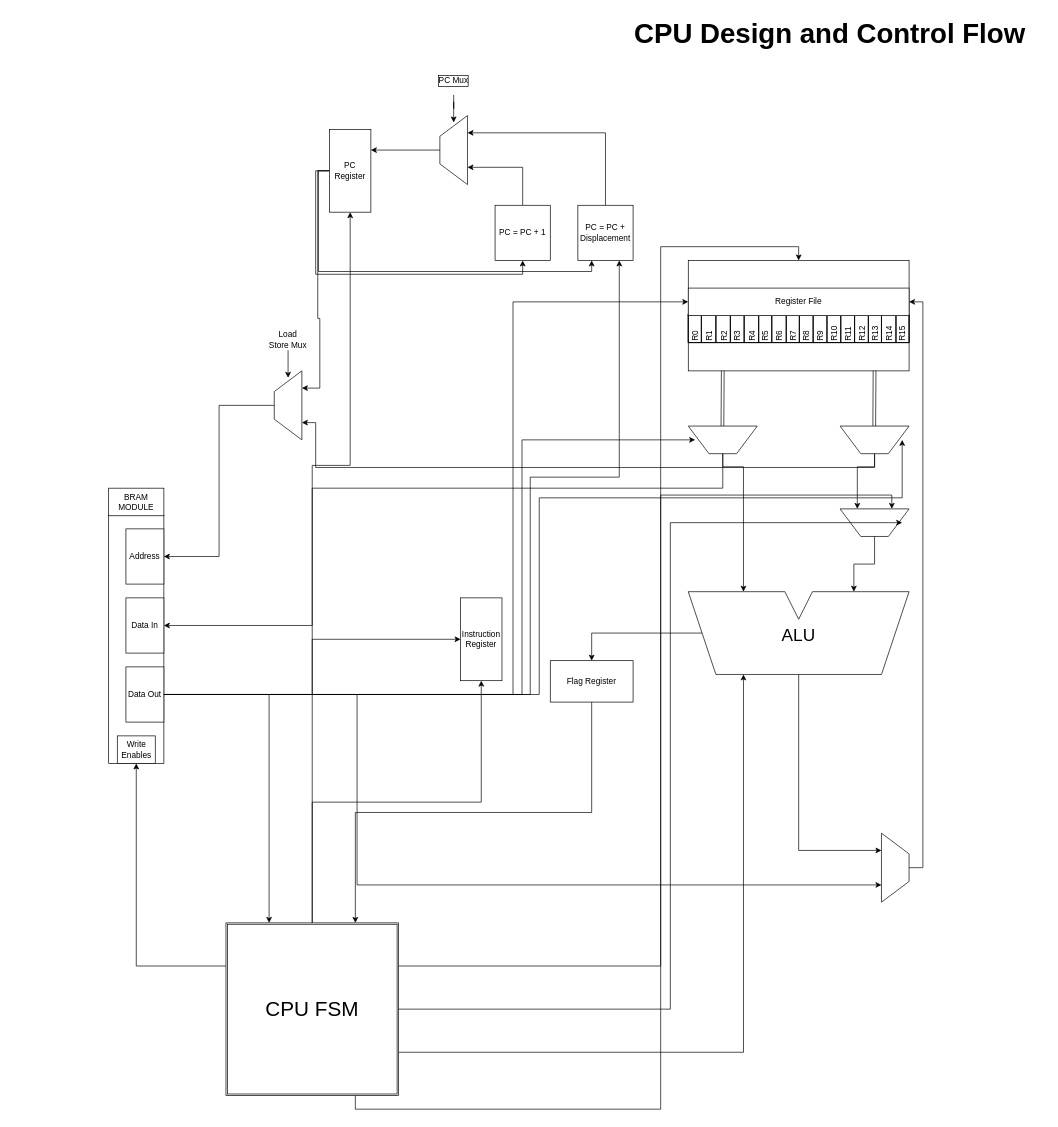
Earlier version of the draw.io diagram Developement/Lab4_Diagram.drawio (WesleyBlankers/3710Lab). Source tidied: cells renumbered, new cells numbered last; positions are measured from the earlier drawing's top-left corner, leaving out a move shared by most shapes. Both pictures are drawn from the tidied source at 69%, with x=0, y=0 at pixel (12, 12).
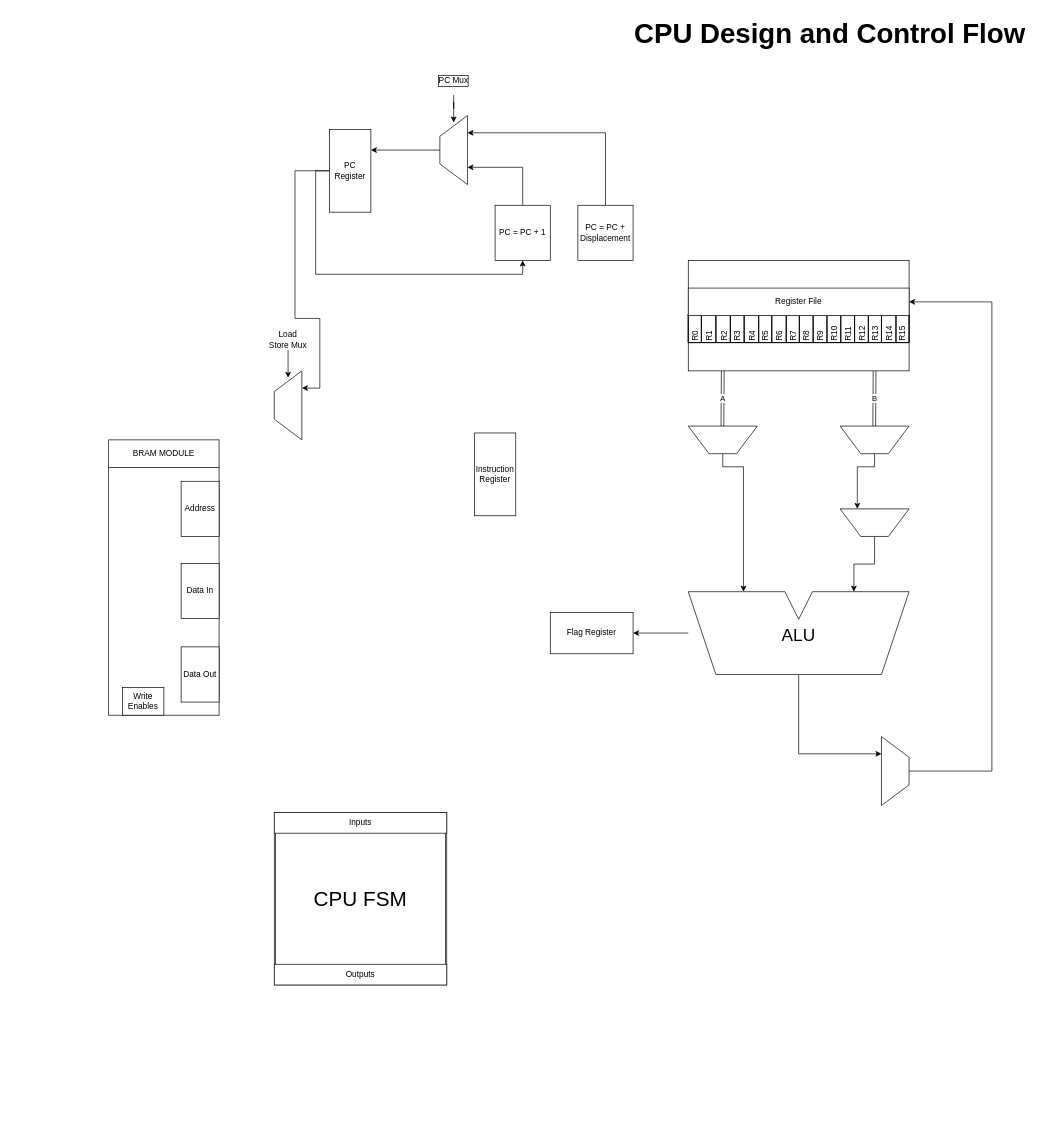
After the change.

Unchanged cells that the change refers to:
```xml
<mxCell id="13" value="PC Register" style="rounded=0;whiteSpace=wrap;html=1;rotation=90;horizontal=0;" parent="1" vertex="1">
  <mxGeometry x="430" y="200" width="120" height="60" as="geometry" />
</mxCell>
<mxCell id="17" value="PC = PC + Displacement" style="whiteSpace=wrap;html=1;rounded=0;" parent="1" vertex="1">
  <mxGeometry x="820" y="280" width="80" height="80" as="geometry" />
</mxCell>
<mxCell id="45" style="rounded=0;whiteSpace=wrap;html=1;points=[[0,0,1,0,0],[0,0.25,1,0,0],[0,0.5,1,0,0],[0,0.75,1,0,0],[0,1,1,0,0],[0.15625,1,0,0,0],[0.25,0,1,0,0],[0.25,1,1,0,0],[0.5,0,1,0,0],[0.5,1,1,0,0],[0.75,0,1,0,0],[0.75,1,1,0,0],[0.843757,0.999993,0,0,0],[1,0,1,0,0],[1,0.25,1,0,0],[1,0.5,1,0,0],[1,0.75,1,0,0],[1,1,1,0,0]];" parent="44" vertex="1">
  <mxGeometry width="320" height="160" as="geometry" />
</mxCell>
<mxCell id="65" value="Register File" style="rounded=0;whiteSpace=wrap;html=1;" parent="46" vertex="1">
  <mxGeometry width="320" height="40" as="geometry" />
</mxCell>
```

What changed in the source:
```diff
@@
-    <mxCell id="3" style="group;points=[[0,0.5,1,0,0],[0.5,0,1,0,0],[0.5,0.1,0,0,0],[0.5,0.9,0,0,0],[0.5,1,0,0,0],[1,0.25,1,0,0],[1,0.75,1,0,0]];rounded=0;" parent="1" vertex="1">
+    <mxCell id="3" style="group;points=[[0,0.5,1,0,0],[0.5,0,1,0,0],[0.5,0.1,0,0,0],[0.5,0.9,0,0,0],[0.5,1,0,0,0],[1,0.25,1,0,0],[1,0.75,1,0,0]];rounded=0;fillColor=default;" parent="1" vertex="1">
       <mxGeometry x="620" y="150" width="40" height="100" as="geometry" />
     </mxCell>
@@
-    <mxCell id="11" style="edgeStyle=orthogonalEdgeStyle;rounded=0;jettySize=auto;html=1;exitX=0.5;exitY=1;exitDx=0;exitDy=0;entryX=0.25;entryY=1;entryDx=0;entryDy=0;jumpStyle=none;libavoidRouting=1;" parent="1" edge="1" source="13" target="17">
-      <mxGeometry x="0.03" relative="1" as="geometry">
-        <Array as="points">
-          <mxPoint x="444" y="230" />
-          <mxPoint x="444" y="376" />
-          <mxPoint x="840" y="376" />
-        </Array>
-      </mxGeometry>
-    </mxCell>
-    <mxCell id="12" style="edgeStyle=orthogonalEdgeStyle;rounded=0;jettySize=auto;html=1;exitX=0.5;exitY=1;exitDx=0;exitDy=0;entryX=1;entryY=0.25;entryDx=0;entryDy=0;jumpStyle=none;libavoidRouting=1;" parent="1" edge="1" source="13" target="19">
+    <mxCell id="12" style="edgeStyle=orthogonalEdgeStyle;rounded=0;jettySize=auto;html=1;exitX=0.5;exitY=1;exitDx=0;exitDy=0;entryX=1;entryY=0.25;entryDx=0;entryDy=0;jumpStyle=none;" parent="1" edge="1" source="13" target="19">
       <mxGeometry relative="1" as="geometry">
         <Array as="points">
-          <mxPoint x="443" y="230" />
-          <mxPoint x="443" y="444" />
+          <mxPoint x="410" y="230" />
+          <mxPoint x="410" y="444" />
           <mxPoint x="446" y="444" />
           <mxPoint x="446" y="545" />
         </Array>
       </mxGeometry>
     </mxCell>
@@
-    <mxCell id="18" style="edgeStyle=orthogonalEdgeStyle;rounded=0;jettySize=auto;html=1;exitX=0;exitY=0.5;exitDx=0;exitDy=0;entryX=0.5;entryY=0;entryDx=0;entryDy=0;jumpStyle=none;libavoidRouting=1;" parent="1" edge="1" source="19" target="31">
-      <mxGeometry relative="1" as="geometry">
-        <Array as="points">
-          <mxPoint x="300" y="570" />
-          <mxPoint x="300" y="789" />
-        </Array>
-      </mxGeometry>
-    </mxCell>
-    <mxCell id="19" style="group;points=[[0,0.5,1,0,0],[0.5,0,1,0,0],[0.5,0.1,0,0,0],[0.5,0.9,0,0,0],[0.5,1,0,0,0],[1,0.25,1,0,0],[1,0.75,1,0,0]];rounded=0;" parent="1" vertex="1">
+    <mxCell id="19" style="group;points=[[0,0.5,1,0,0],[0.5,0,1,0,0],[0.5,0.1,0,0,0],[0.5,0.9,0,0,0],[0.5,1,0,0,0],[1,0.25,1,0,0],[1,0.75,1,0,0]];rounded=0;fillColor=default;" parent="1" vertex="1">
       <mxGeometry x="380" y="520" width="40" height="100" as="geometry" />
     </mxCell>
@@
-    <mxCell id="26" style="group;rounded=0;" parent="1" vertex="1">
-      <mxGeometry x="50" y="610" width="360" height="399" as="geometry" />
-    </mxCell>
-    <mxCell id="27" style="group;rounded=0;" parent="26" vertex="1">
-      <mxGeometry x="-50" y="80" width="360" height="399" as="geometry" />
-    </mxCell>
-    <mxCell id="28" style="rounded=0;whiteSpace=wrap;html=1;rotation=90;" parent="27" vertex="1">
-      <mxGeometry y="179" width="360" height="80" as="geometry" />
-    </mxCell>
-    <mxCell id="29" value="Data In" style="rounded=0;whiteSpace=wrap;html=1;rotation=90;horizontal=0;" parent="27" vertex="1">
-      <mxGeometry x="152.5" y="171.5" width="80" height="55" as="geometry" />
-    </mxCell>
-    <mxCell id="30" value="Data Out" style="rounded=0;whiteSpace=wrap;html=1;rotation=90;horizontal=0;" parent="27" vertex="1">
-      <mxGeometry x="152.5" y="271.5" width="80" height="55" as="geometry" />
-    </mxCell>
-    <mxCell id="31" value="Address" style="rounded=0;whiteSpace=wrap;html=1;rotation=90;horizontal=0;" parent="27" vertex="1">
-      <mxGeometry x="152.5" y="71.5" width="80" height="55" as="geometry" />
-    </mxCell>
-    <mxCell id="32" value="BRAM MODULE" style="rounded=0;whiteSpace=wrap;html=1;" parent="27" vertex="1">
-      <mxGeometry x="140" width="80" height="40" as="geometry" />
-    </mxCell>
-    <mxCell id="33" value="Write Enables" style="rounded=0;whiteSpace=wrap;html=1;" parent="27" vertex="1">
-      <mxGeometry x="152.5" y="359" width="55" height="40" as="geometry" />
-    </mxCell>
-    <mxCell id="34" style="edgeStyle=orthogonalEdgeStyle;rounded=0;jettySize=auto;html=1;exitX=0;exitY=0.25;exitDx=0;exitDy=0;entryX=0.5;entryY=1;entryDx=0;entryDy=0;jumpStyle=none;libavoidRouting=1;" parent="1" edge="1" source="40" target="33">
-      <mxGeometry relative="1" as="geometry">
-        <Array as="points">
-          <mxPoint x="180" y="1383" />
-        </Array>
-      </mxGeometry>
-    </mxCell>
-    <mxCell id="35" style="edgeStyle=orthogonalEdgeStyle;rounded=0;jettySize=auto;html=1;exitX=0.5;exitY=0;exitDx=0;exitDy=0;entryX=1;entryY=0.5;entryDx=0;entryDy=0;jumpStyle=none;libavoidRouting=1;" parent="1" edge="1" source="40" target="42">
-      <mxGeometry relative="1" as="geometry">
-        <Array as="points">
-          <mxPoint x="435" y="1145" />
-          <mxPoint x="680" y="1145" />
-        </Array>
-      </mxGeometry>
-    </mxCell>
-    <mxCell id="36" style="edgeStyle=orthogonalEdgeStyle;rounded=0;jettySize=auto;html=1;exitX=0.5;exitY=0;exitDx=0;exitDy=0;entryX=1;entryY=0.5;entryDx=0;entryDy=0;jumpStyle=none;libavoidRouting=1;" parent="1" edge="1" source="40" target="13">
-      <mxGeometry relative="1" as="geometry">
-        <Array as="points">
-          <mxPoint x="435" y="657" />
-          <mxPoint x="490" y="657" />
-        </Array>
-      </mxGeometry>
-    </mxCell>
-    <mxCell id="37" style="edgeStyle=orthogonalEdgeStyle;rounded=0;jettySize=auto;html=1;exitX=1;exitY=0.25;exitDx=0;exitDy=0;entryX=1;entryY=0.75;entryDx=0;entryDy=0;jumpStyle=none;libavoidRouting=1;" parent="1" edge="1" source="40" target="81">
-      <mxGeometry relative="1" as="geometry">
-        <Array as="points">
-          <mxPoint x="940" y="1383" />
-          <mxPoint x="940" y="700" />
-          <mxPoint x="1275" y="700" />
-        </Array>
-      </mxGeometry>
-    </mxCell>
-    <mxCell id="38" style="edgeStyle=orthogonalEdgeStyle;rounded=0;libavoidRouting=1;jettySize=auto;html=1;exitX=1;exitY=0.75;exitDx=0;exitDy=0;entryX=0.25;entryY=1;entryDx=0;entryDy=0;jumpStyle=none;" parent="1" edge="1" source="40" target="91">
-      <mxGeometry x="0.12" relative="1" as="geometry">
-        <Array as="points">
-          <mxPoint x="1060" y="1508" />
-        </Array>
-      </mxGeometry>
-    </mxCell>
-    <mxCell id="39" style="edgeStyle=orthogonalEdgeStyle;rounded=0;jettySize=auto;html=1;exitX=0.75;exitY=1;exitDx=0;exitDy=0;entryX=0.5;entryY=0;entryDx=0;entryDy=0;jumpStyle=none;libavoidRouting=1;" parent="1" edge="1" source="40" target="45">
-      <mxGeometry x="0.02" relative="1" as="geometry">
-        <Array as="points">
-          <mxPoint x="498" y="1590" />
-          <mxPoint x="940" y="1590" />
-          <mxPoint x="940" y="340" />
-          <mxPoint x="1140" y="340" />
-        </Array>
-      </mxGeometry>
-    </mxCell>
-    <mxCell id="40" value="CPU FSM" style="shape=ext;double=1;whiteSpace=wrap;html=1;fontSize=30;rounded=0;" parent="1" vertex="1">
-      <mxGeometry x="310" y="1320" width="250" height="250" as="geometry" />
-    </mxCell>
-    <mxCell id="41" style="edgeStyle=orthogonalEdgeStyle;rounded=0;jettySize=auto;html=1;exitX=0.5;exitY=0;exitDx=0;exitDy=0;entryX=0.25;entryY=0;entryDx=0;entryDy=0;jumpStyle=none;libavoidRouting=1;" parent="1" edge="1" source="30" target="40">
-      <mxGeometry relative="1" as="geometry">
-        <Array as="points">
-          <mxPoint x="373" y="989" />
-        </Array>
-      </mxGeometry>
-    </mxCell>
     <mxCell id="42" value="Instruction Register" style="rounded=0;whiteSpace=wrap;html=1;rotation=90;horizontal=0;" parent="1" vertex="1">
-      <mxGeometry x="620" y="879" width="120" height="60" as="geometry" />
+      <mxGeometry x="640" y="640" width="120" height="60" as="geometry" />
     </mxCell>
-    <mxCell id="43" style="edgeStyle=orthogonalEdgeStyle;rounded=0;jettySize=auto;html=1;exitX=0.5;exitY=0;exitDx=0;exitDy=0;entryX=0.5;entryY=1;entryDx=0;entryDy=0;" parent="1" edge="1" source="30" target="42">
-      <mxGeometry relative="1" as="geometry" />
-    </mxCell>
@@
-    <mxCell id="67" style="edgeStyle=orthogonalEdgeStyle;rounded=0;libavoidRouting=1;jettySize=auto;html=1;exitX=0;exitY=0.5;exitDx=0;exitDy=0;entryX=0.5;entryY=0;entryDx=0;entryDy=0;jumpStyle=none;" parent="1" edge="1" source="68" target="29">
-      <mxGeometry relative="1" as="geometry">
-        <Array as="points">
-          <mxPoint x="1030" y="690" />
-          <mxPoint x="435" y="690" />
-          <mxPoint x="435" y="889" />
-        </Array>
-      </mxGeometry>
-    </mxCell>
-    <mxCell id="68" style="group;points=[[0,0.5,1,0,0],[0.5,0,1,0,0],[0.5,0.1,0,0,0],[0.5,0.9,0,0,0],[0.5,1,0,0,0],[1,0.25,1,0,0],[1,0.495,0,0,0],[1,0.75,1,0,0]];rotation=-90;rounded=0;" parent="1" vertex="1">
+    <mxCell id="68" style="group;points=[[0,0.5,1,0,0],[0.5,0,1,0,0],[0.5,0.1,0,0,0],[0.5,0.9,0,0,0],[0.5,1,0,0,0],[1,0.25,1,0,0],[1,0.495,0,0,0],[1,0.75,1,0,0]];rotation=-90;rounded=0;fillColor=default;" parent="1" vertex="1">
       <mxGeometry x="1010" y="570" width="40" height="100" as="geometry" />
     </mxCell>
@@
-    <mxCell id="74" style="edgeStyle=orthogonalEdgeStyle;rounded=0;jettySize=auto;html=1;exitX=0;exitY=0.5;exitDx=0;exitDy=0;entryX=1;entryY=0.75;entryDx=0;entryDy=0;jumpStyle=none;libavoidRouting=1;" parent="1" edge="1" source="75" target="19">
-      <mxGeometry relative="1" as="geometry">
-        <Array as="points">
-          <mxPoint x="1250" y="660" />
-          <mxPoint x="440" y="660" />
-          <mxPoint x="440" y="595" />
-        </Array>
-      </mxGeometry>
-    </mxCell>
-    <mxCell id="75" style="group;points=[[0,0.5,1,0,0],[0.5,0,1,0,0],[0.5,0.1,0,0,0],[0.5,0.9,0,0,0],[0.5,1,0,0,0],[1,0.25,1,0,0],[1,0.495,0,0,0],[1,0.75,1,0,0]];rotation=-90;rounded=0;" parent="1" vertex="1">
+    <mxCell id="75" style="group;points=[[0,0.5,1,0,0],[0.5,0,1,0,0],[0.5,0.1,0,0,0],[0.5,0.9,0,0,0],[0.5,1,0,0,0],[1,0.25,1,0,0],[1,0.495,0,0,0],[1,0.75,1,0,0]];rotation=-90;rounded=0;fillColor=default;" parent="1" vertex="1">
       <mxGeometry x="1230" y="570" width="40" height="100" as="geometry" />
     </mxCell>
@@
-    <mxCell id="81" style="group;points=[[0,0.5,1,0,0],[0.5,0,1,0,0],[0.5,0.1,0,0,0],[0.5,0.9,0,0,0],[0.5,1,0,0,0],[1,0.25,1,0,0],[1,0.495,0,0,0],[1,0.75,1,0,0]];rotation=-90;rounded=0;" parent="1" vertex="1">
+    <mxCell id="81" style="group;points=[[0,0.5,1,0,0],[0.5,0,1,0,0],[0.5,0.1,0,0,0],[0.5,0.9,0,0,0],[0.5,1,0,0,0],[1,0.25,1,0,0],[1,0.495,0,0,0],[1,0.75,1,0,0]];rotation=-90;rounded=0;fillColor=default;" parent="1" vertex="1">
       <mxGeometry x="1230" y="690" width="40" height="100" as="geometry" />
     </mxCell>
@@
-    <mxCell id="86" style="shape=link;html=1;rounded=0;entryX=1;entryY=0.495;entryDx=0;entryDy=0;entryPerimeter=0;exitX=0.15625;exitY=1;exitDx=0;exitDy=0;exitPerimeter=0;" parent="1" edge="1" source="45" target="68">
+    <mxCell id="86" value="A" style="shape=link;html=1;rounded=0;entryX=1;entryY=0.495;entryDx=0;entryDy=0;entryPerimeter=0;exitX=0.15625;exitY=1;exitDx=0;exitDy=0;exitPerimeter=0;" parent="1" edge="1" source="45" target="68">
       <mxGeometry relative="1" as="geometry" />
     </mxCell>
-    <mxCell id="87" style="shape=link;html=1;rounded=0;entryX=1;entryY=0.495;entryDx=0;entryDy=0;entryPerimeter=0;exitX=0.843757;exitY=0.999993;exitDx=0;exitDy=0;exitPerimeter=0;" parent="1" edge="1" source="45" target="75">
+    <mxCell id="87" value="B" style="shape=link;html=1;rounded=0;entryX=1;entryY=0.495;entryDx=0;entryDy=0;entryPerimeter=0;exitX=0.843757;exitY=0.999993;exitDx=0;exitDy=0;exitPerimeter=0;" parent="1" edge="1" source="45" target="75">
       <mxGeometry relative="1" as="geometry" />
     </mxCell>
-    <mxCell id="88" style="edgeStyle=orthogonalEdgeStyle;rounded=0;jettySize=auto;html=1;exitX=1;exitY=0.5;exitDx=0;exitDy=0;entryX=0.5;entryY=0.9;entryDx=0;entryDy=0;entryPerimeter=0;jumpStyle=none;libavoidRouting=1;" parent="1" edge="1" source="40" target="81">
-      <mxGeometry x="-0.15" relative="1" as="geometry">
-        <Array as="points">
-          <mxPoint x="954" y="1445" />
-          <mxPoint x="954" y="740" />
-        </Array>
-      </mxGeometry>
-    </mxCell>
-    <mxCell id="89" style="edgeStyle=orthogonalEdgeStyle;rounded=0;libavoidRouting=1;jettySize=auto;html=1;exitX=0.0625;exitY=0.5;exitDx=0;exitDy=0;exitPerimeter=0;entryX=0.5;entryY=0;entryDx=0;entryDy=0;jumpStyle=none;" parent="1" edge="1" source="91" target="100">
-      <mxGeometry relative="1" as="geometry">
-        <Array as="points">
-          <mxPoint x="840" y="900" />
-        </Array>
-      </mxGeometry>
+    <mxCell id="89" style="edgeStyle=orthogonalEdgeStyle;rounded=0;libavoidRouting=1;jettySize=auto;html=1;exitX=0.0625;exitY=0.5;exitDx=0;exitDy=0;exitPerimeter=0;entryX=1;entryY=0.5;entryDx=0;entryDy=0;jumpStyle=none;" parent="1" edge="1" source="91" target="100">
+      <mxGeometry relative="1" as="geometry" />
     </mxCell>
     <mxCell id="90" style="edgeStyle=orthogonalEdgeStyle;rounded=0;libavoidRouting=1;jettySize=auto;html=1;exitX=0.5;exitY=1;exitDx=0;exitDy=0;entryX=1;entryY=0.75;entryDx=0;entryDy=0;jumpStyle=none;" parent="1" edge="1" source="91" target="102">
       <mxGeometry relative="1" as="geometry">
         <Array as="points">
-          <mxPoint x="1140" y="1215" />
+          <mxPoint x="1140" y="1075" />
         </Array>
       </mxGeometry>
     </mxCell>
-    <mxCell id="91" value="ALU" style="group;points=[[0,0,1,0,0],[0,0.25,1,0,0],[0,0.5,1,0,0],[0,0.75,1,0,0],[0,1,1,0,0],[0.25,0,1,0,0],[0.25,1,1,0,0],[0.5,0,1,0,0],[0.5,1,1,0,0],[0.75,0,1,0,0],[0.75,1,1,0,0],[1,0,1,0,0],[1,0.25,1,0,0],[1,0.5,1,0,0],[1,0.75,1,0,0],[1,1,1,0,0],[0.0625,0.5,0,0,0]];verticalAlign=middle;fontSize=25;fontStyle=0;rounded=0;" parent="1" vertex="1">
+    <mxCell id="91" value="ALU" style="group;points=[[0,0,1,0,0],[0,0.25,1,0,0],[0,0.5,1,0,0],[0,0.75,1,0,0],[0,1,1,0,0],[0.25,0,1,0,0],[0.25,1,1,0,0],[0.5,0,1,0,0],[0.5,1,1,0,0],[0.75,0,1,0,0],[0.75,1,1,0,0],[1,0,1,0,0],[1,0.25,1,0,0],[1,0.5,1,0,0],[1,0.75,1,0,0],[1,1,1,0,0],[0.0625,0.5,0,0,0]];verticalAlign=middle;fontSize=25;fontStyle=0;rounded=0;fillColor=default;" parent="1" vertex="1">
       <mxGeometry x="980" y="840" width="320" height="120" as="geometry" />
     </mxCell>
@@
-    <mxCell id="99" style="edgeStyle=orthogonalEdgeStyle;rounded=0;libavoidRouting=1;jettySize=auto;html=1;exitX=0.5;exitY=1;exitDx=0;exitDy=0;entryX=0.75;entryY=0;entryDx=0;entryDy=0;jumpStyle=none;" parent="1" edge="1" source="100" target="40">
-      <mxGeometry relative="1" as="geometry">
-        <Array as="points">
-          <mxPoint x="840" y="1160" />
-          <mxPoint x="498" y="1160" />
-        </Array>
-      </mxGeometry>
-    </mxCell>
     <mxCell id="100" value="Flag Register" style="rounded=0;whiteSpace=wrap;html=1;rotation=0;horizontal=1;" parent="1" vertex="1">
-      <mxGeometry x="780" y="940" width="120" height="60" as="geometry" />
+      <mxGeometry x="780" y="870" width="120" height="60" as="geometry" />
     </mxCell>
-    <mxCell id="101" style="edgeStyle=orthogonalEdgeStyle;rounded=0;jettySize=auto;html=1;exitX=0;exitY=0.5;exitDx=0;exitDy=0;jumpStyle=none;libavoidRouting=1;" parent="1" edge="1" source="102" target="65">
-      <mxGeometry relative="1" as="geometry">
+    <mxCell id="101" style="edgeStyle=orthogonalEdgeStyle;rounded=0;jettySize=auto;html=1;exitX=0;exitY=0.5;exitDx=0;exitDy=0;jumpStyle=none;" parent="1" edge="1" source="102" target="65">
+      <mxGeometry x="-0.3" relative="1" as="geometry">
         <Array as="points">
-          <mxPoint x="1320" y="1240" />
-          <mxPoint x="1320" y="420" />
+          <mxPoint x="1420" y="1100" />
+          <mxPoint x="1420" y="420" />
         </Array>
       </mxGeometry>
     </mxCell>
-    <mxCell id="102" style="group;points=[[0,0.5,1,0,0],[0.5,0,1,0,0],[0.5,0.1,0,0,0],[0.5,0.9,0,0,0],[0.5,1,0,0,0],[1,0.25,1,0,0],[1,0.75,1,0,0]];rotation=-180;rounded=0;" parent="1" vertex="1">
-      <mxGeometry x="1260" y="1190" width="40" height="100" as="geometry" />
+    <mxCell id="102" style="group;points=[[0,0.5,1,0,0],[0.5,0,1,0,0],[0.5,0.1,0,0,0],[0.5,0.9,0,0,0],[0.5,1,0,0,0],[1,0.25,1,0,0],[1,0.75,1,0,0]];rotation=-180;rounded=0;fillColor=default;" parent="1" vertex="1">
+      <mxGeometry x="1260" y="1050" width="40" height="100" as="geometry" />
     </mxCell>
@@
-    <mxCell id="107" style="edgeStyle=orthogonalEdgeStyle;rounded=0;libavoidRouting=1;jettySize=auto;html=1;exitX=0.5;exitY=0;exitDx=0;exitDy=0;entryX=1;entryY=0.25;entryDx=0;entryDy=0;jumpStyle=none;" parent="1" edge="1" source="30" target="102">
-      <mxGeometry relative="1" as="geometry">
-        <Array as="points">
-          <mxPoint x="500" y="989" />
-          <mxPoint x="500" y="1265" />
-        </Array>
-      </mxGeometry>
-    </mxCell>
-    <mxCell id="108" style="edgeStyle=orthogonalEdgeStyle;rounded=0;jettySize=auto;html=1;exitX=0.5;exitY=0;exitDx=0;exitDy=0;entryX=0.75;entryY=1;entryDx=0;entryDy=0;jumpStyle=none;libavoidRouting=1;" parent="1" edge="1" source="30" target="17">
-      <mxGeometry relative="1" as="geometry">
-        <Array as="points">
-          <mxPoint x="751" y="989" />
-          <mxPoint x="751" y="674" />
-          <mxPoint x="880" y="674" />
-        </Array>
-      </mxGeometry>
-    </mxCell>
-    <mxCell id="109" style="edgeStyle=orthogonalEdgeStyle;rounded=0;jettySize=auto;html=1;exitX=0.5;exitY=0;exitDx=0;exitDy=0;entryX=0;entryY=0.5;entryDx=0;entryDy=0;jumpStyle=none;libavoidRouting=1;" parent="1" edge="1" source="30" target="65">
-      <mxGeometry relative="1" as="geometry">
-        <Array as="points">
-          <mxPoint x="726" y="989" />
-          <mxPoint x="726" y="420" />
-        </Array>
-      </mxGeometry>
-    </mxCell>
-    <mxCell id="110" style="edgeStyle=orthogonalEdgeStyle;rounded=0;libavoidRouting=1;jettySize=auto;html=1;exitX=0.5;exitY=0;exitDx=0;exitDy=0;entryX=0.5;entryY=0.1;entryDx=0;entryDy=0;entryPerimeter=0;jumpStyle=none;" parent="1" edge="1" source="30" target="68">
-      <mxGeometry relative="1" as="geometry">
-        <Array as="points">
-          <mxPoint x="739" y="989" />
-          <mxPoint x="739" y="620" />
-        </Array>
-      </mxGeometry>
-    </mxCell>
-    <mxCell id="111" style="edgeStyle=orthogonalEdgeStyle;rounded=0;jettySize=auto;html=1;exitX=0.5;exitY=0;exitDx=0;exitDy=0;entryX=0.5;entryY=0.9;entryDx=0;entryDy=0;entryPerimeter=0;jumpStyle=none;libavoidRouting=1;" parent="1" edge="1" source="30" target="75">
-      <mxGeometry relative="1" as="geometry">
-        <Array as="points">
-          <mxPoint x="764" y="989" />
-          <mxPoint x="764" y="704" />
-          <mxPoint x="1290" y="704" />
-        </Array>
-      </mxGeometry>
-    </mxCell>
@@
+    <mxCell id="113" style="group;" parent="1" vertex="1">
+      <mxGeometry x="380" y="1160" width="250" height="250" as="geometry" />
+    </mxCell>
+    <mxCell id="40" value="CPU FSM" style="shape=ext;double=1;whiteSpace=wrap;html=1;fontSize=30;rounded=0;" parent="113" vertex="1">
+      <mxGeometry width="250" height="250" as="geometry" />
+    </mxCell>
+    <mxCell id="114" value="Inputs" style="rounded=0;whiteSpace=wrap;html=1;rotation=0;" parent="113" vertex="1">
+      <mxGeometry width="250" height="30" as="geometry" />
+    </mxCell>
+    <mxCell id="115" value="Outputs" style="rounded=0;whiteSpace=wrap;html=1;rotation=0;" parent="113" vertex="1">
+      <mxGeometry y="220" width="250" height="30" as="geometry" />
+    </mxCell>
+    <mxCell id="116" style="group;" parent="1" vertex="1">
+      <mxGeometry x="40" y="620" width="360" height="399" as="geometry" />
+    </mxCell>
+    <mxCell id="117" style="rounded=0;whiteSpace=wrap;html=1;rotation=90;" parent="116" vertex="1">
+      <mxGeometry y="139" width="360" height="160" as="geometry" />
+    </mxCell>
+    <mxCell id="29" value="Data In" style="rounded=0;whiteSpace=wrap;html=1;rotation=90;horizontal=0;" parent="116" vertex="1">
+      <mxGeometry x="192.5" y="191.5" width="80" height="55" as="geometry" />
+    </mxCell>
+    <mxCell id="30" value="Data Out" style="rounded=0;whiteSpace=wrap;html=1;rotation=90;horizontal=0;" parent="116" vertex="1">
+      <mxGeometry x="192.5" y="312.5" width="80" height="55" as="geometry" />
+    </mxCell>
+    <mxCell id="32" value="BRAM MODULE" style="rounded=0;whiteSpace=wrap;html=1;" parent="116" vertex="1">
+      <mxGeometry x="100" width="160" height="40" as="geometry" />
+    </mxCell>
+    <mxCell id="33" value="Write Enables" style="rounded=0;whiteSpace=wrap;html=1;" parent="116" vertex="1">
+      <mxGeometry x="120" y="359" width="60" height="40" as="geometry" />
+    </mxCell>
+    <mxCell id="31" value="Address" style="rounded=0;whiteSpace=wrap;html=1;rotation=90;horizontal=0;" parent="116" vertex="1">
+      <mxGeometry x="192.5" y="72.5" width="80" height="55" as="geometry" />
+    </mxCell>
+    <mxCell id="118" parent="0" />
+    <mxCell id="119" parent="0" />
+    <mxCell id="120" parent="0" />
+    <mxCell id="121" parent="0" />
```
